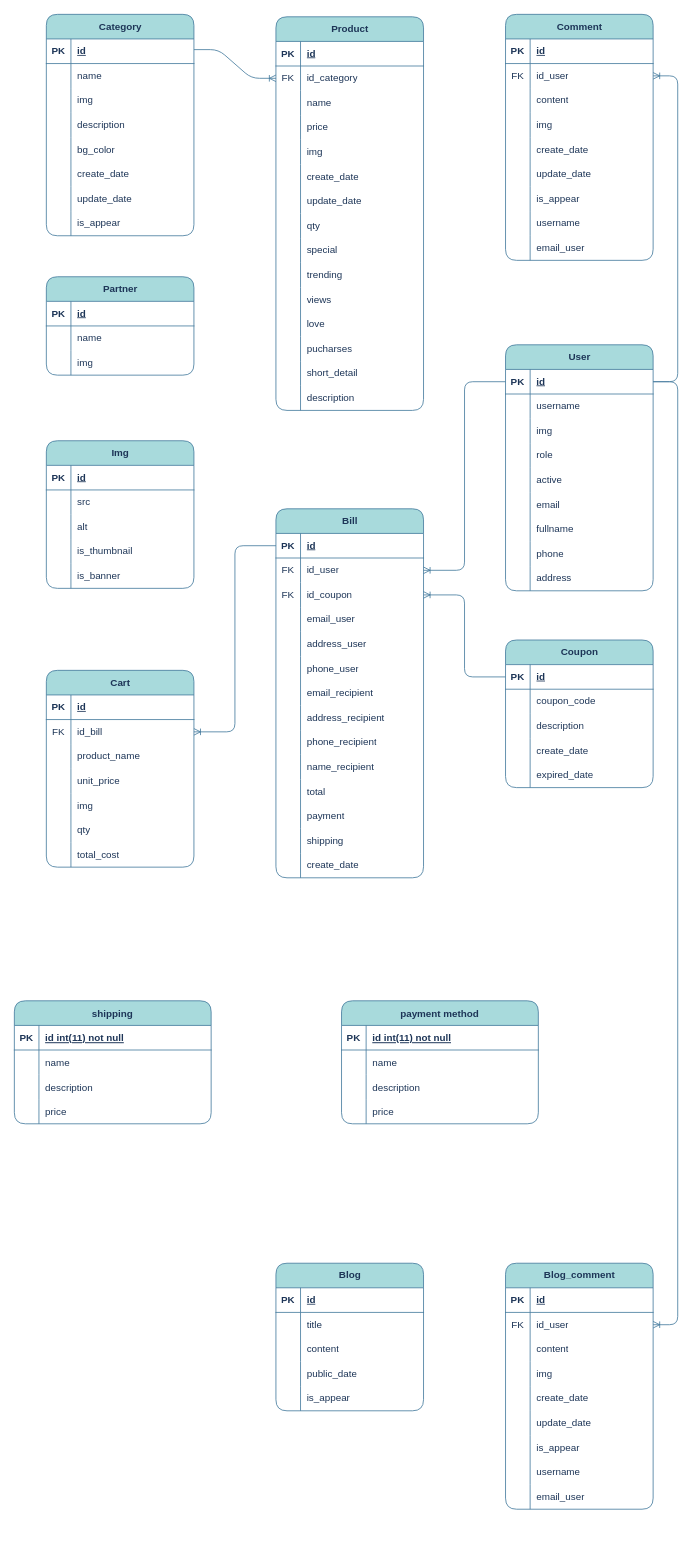
Above: page "ERD_Level-2" (1 of 3) of .vscode/LEGOUS_DIAGRAM.drawio in thanh8724/Legous (draw.io), before the change. Source tidied: cells renumbered, new cells numbered last; positions are measured from the earlier drawing's top-left corner, leaving out a move shared by most shapes. Both pictures are drawn from the tidied source at 82%, with x=0, y=0 at pixel (14, 14).
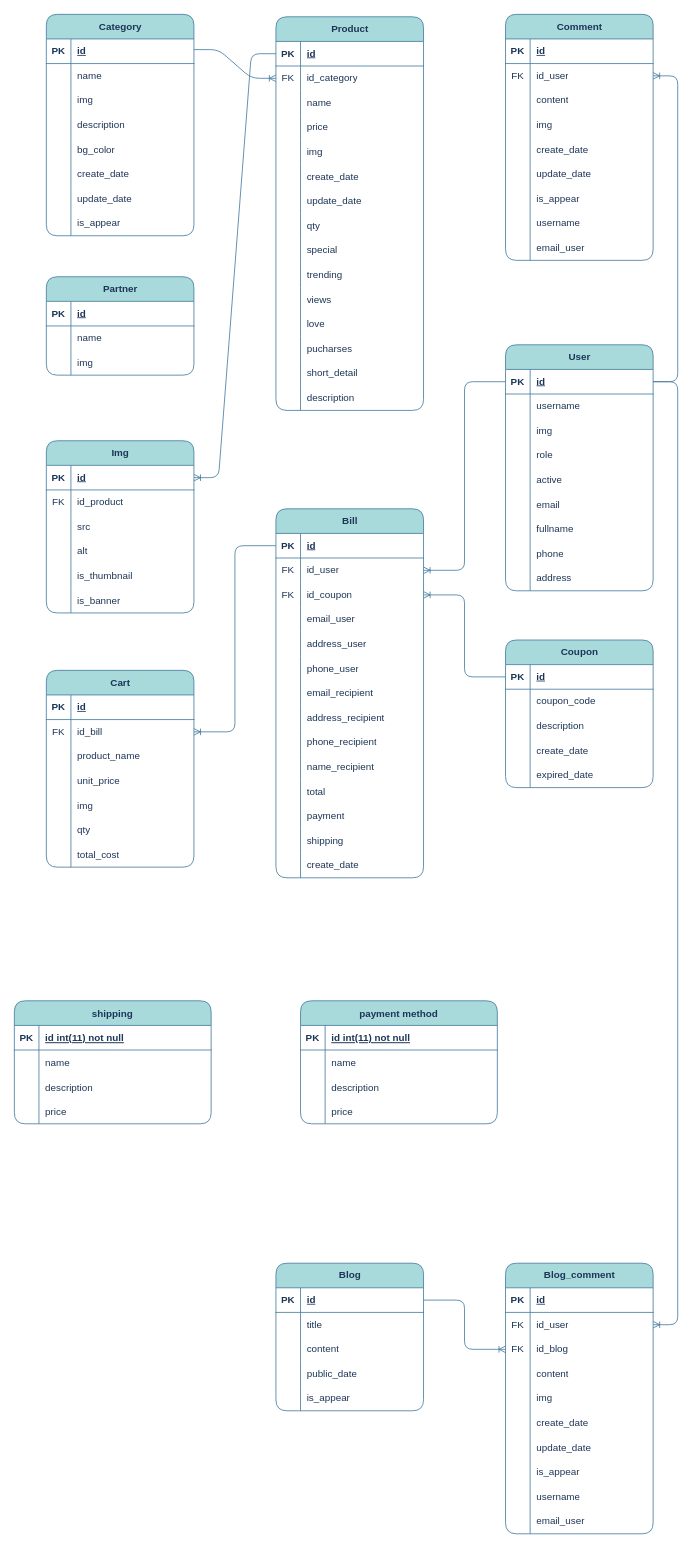
Above is the later version.

Unchanged cells that the change refers to:
```xml
<mxCell id="3" style="shape=tableRow;horizontal=0;startSize=0;swimlaneHead=0;swimlaneBody=0;fillColor=none;points=[[0,0.5],[1,0.5]];portConstraint=eastwest;top=0;left=0;right=0;bottom=1;labelBackgroundColor=none;strokeColor=#457B9D;fontColor=#1D3557;rounded=1;" parent="2" vertex="1">
  <mxGeometry y="30" width="180" height="30" as="geometry" />
</mxCell>
<mxCell id="84" style="shape=tableRow;horizontal=0;startSize=0;swimlaneHead=0;swimlaneBody=0;fillColor=none;points=[[0,0.5],[1,0.5]];portConstraint=eastwest;top=0;left=0;right=0;bottom=1;labelBackgroundColor=none;strokeColor=#457B9D;fontColor=#1D3557;rounded=1;" parent="83" vertex="1">
  <mxGeometry y="30" width="180" height="30" as="geometry" />
</mxCell>
<mxCell id="237" style="shape=tableRow;horizontal=0;startSize=0;swimlaneHead=0;swimlaneBody=0;fillColor=none;points=[[0,0.5],[1,0.5]];portConstraint=eastwest;top=0;left=0;right=0;bottom=1;labelBackgroundColor=none;strokeColor=#457B9D;fontColor=#1D3557;rounded=1;" parent="236" vertex="1">
  <mxGeometry y="30" width="180" height="30" as="geometry" />
</mxCell>
```

Diff of the diagram source:
```diff
@@
     <mxCell id="83" value="Img" style="shape=table;startSize=30;childLayout=tableLayout;rowLines=0;fontStyle=1;align=center;html=1;labelBackgroundColor=none;fillColor=#A8DADC;strokeColor=#457B9D;fontColor=#1D3557;rounded=1;" parent="1" vertex="1">
-      <mxGeometry x="39" y="520" width="180" height="180" as="geometry" />
+      <mxGeometry x="39" y="520" width="180" height="210" as="geometry" />
     </mxCell>
@@
+    <mxCell id="316" style="shape=tableRow;horizontal=0;startSize=0;swimlaneHead=0;swimlaneBody=0;fillColor=none;top=0;left=0;right=0;bottom=0;rounded=1;strokeColor=#457B9D;fontColor=#1D3557;" parent="83" vertex="1">
+      <mxGeometry y="60" width="180" height="30" as="geometry" />
+    </mxCell>
+    <mxCell id="317" value="FK" style="shape=partialRectangle;fillColor=none;top=0;left=0;bottom=0;right=0;fontStyle=0;overflow=hidden;whiteSpace=wrap;html=1;rounded=1;strokeColor=#457B9D;fontColor=#1D3557;" parent="316" vertex="1">
+      <mxGeometry width="30" height="30" as="geometry" />
+    </mxCell>
+    <mxCell id="318" value="id_product" style="shape=partialRectangle;fillColor=none;top=0;left=0;bottom=0;right=0;align=left;spacingLeft=6;fontStyle=0;overflow=hidden;whiteSpace=wrap;html=1;rounded=1;strokeColor=#457B9D;fontColor=#1D3557;" parent="316" vertex="1">
+      <mxGeometry x="30" width="150" height="30" as="geometry" />
+    </mxCell>
     <mxCell id="87" style="shape=tableRow;horizontal=0;startSize=0;swimlaneHead=0;swimlaneBody=0;fillColor=none;top=0;left=0;right=0;bottom=0;labelBackgroundColor=none;strokeColor=#457B9D;fontColor=#1D3557;rounded=1;" parent="83" vertex="1">
-      <mxGeometry y="60" width="180" height="30" as="geometry" />
+      <mxGeometry y="90" width="180" height="30" as="geometry" />
     </mxCell>
@@
     <mxCell id="90" style="shape=tableRow;horizontal=0;startSize=0;swimlaneHead=0;swimlaneBody=0;fillColor=none;top=0;left=0;right=0;bottom=0;labelBackgroundColor=none;strokeColor=#457B9D;fontColor=#1D3557;rounded=1;" parent="83" vertex="1">
-      <mxGeometry y="90" width="180" height="30" as="geometry" />
+      <mxGeometry y="120" width="180" height="30" as="geometry" />
     </mxCell>
@@
     <mxCell id="93" style="shape=tableRow;horizontal=0;startSize=0;swimlaneHead=0;swimlaneBody=0;fillColor=none;top=0;left=0;right=0;bottom=0;labelBackgroundColor=none;strokeColor=#457B9D;fontColor=#1D3557;rounded=1;" parent="83" vertex="1">
-      <mxGeometry y="120" width="180" height="30" as="geometry" />
+      <mxGeometry y="150" width="180" height="30" as="geometry" />
     </mxCell>
@@
     <mxCell id="96" style="shape=tableRow;horizontal=0;startSize=0;swimlaneHead=0;swimlaneBody=0;fillColor=none;top=0;left=0;right=0;bottom=0;labelBackgroundColor=none;strokeColor=#457B9D;fontColor=#1D3557;rounded=1;" parent="83" vertex="1">
-      <mxGeometry y="150" width="180" height="30" as="geometry" />
+      <mxGeometry y="180" width="180" height="30" as="geometry" />
     </mxCell>
@@
     <mxCell id="252" value="Blog_comment" style="shape=table;startSize=30;childLayout=tableLayout;rowLines=0;fontStyle=1;align=center;html=1;labelBackgroundColor=none;fillColor=#A8DADC;strokeColor=#457B9D;fontColor=#1D3557;rounded=1;" parent="1" vertex="1">
-      <mxGeometry x="599" y="1523" width="180" height="300" as="geometry" />
+      <mxGeometry x="599" y="1523" width="180" height="330" as="geometry" />
     </mxCell>
@@
+    <mxCell id="319" style="shape=tableRow;horizontal=0;startSize=0;swimlaneHead=0;swimlaneBody=0;fillColor=none;points=[[0,0.5],[1,0.5]];portConstraint=eastwest;top=0;left=0;right=0;bottom=0;labelBackgroundColor=none;strokeColor=#457B9D;fontColor=#1D3557;rounded=1;" parent="252" vertex="1">
+      <mxGeometry y="90" width="180" height="30" as="geometry" />
+    </mxCell>
+    <mxCell id="320" value="FK" style="shape=partialRectangle;fillColor=none;top=0;left=0;bottom=0;right=0;fontStyle=0;overflow=hidden;whiteSpace=wrap;html=1;labelBackgroundColor=none;strokeColor=#457B9D;fontColor=#1D3557;rounded=1;" parent="319" vertex="1">
+      <mxGeometry width="30" height="30" as="geometry" />
+    </mxCell>
+    <mxCell id="321" value="id_blog" style="shape=partialRectangle;fillColor=none;top=0;left=0;bottom=0;right=0;align=left;spacingLeft=6;fontStyle=0;overflow=hidden;whiteSpace=wrap;html=1;labelBackgroundColor=none;strokeColor=#457B9D;fontColor=#1D3557;rounded=1;" parent="319" vertex="1">
+      <mxGeometry x="30" width="150" height="30" as="geometry" />
+    </mxCell>
     <mxCell id="259" style="shape=tableRow;horizontal=0;startSize=0;swimlaneHead=0;swimlaneBody=0;fillColor=none;top=0;left=0;right=0;bottom=0;labelBackgroundColor=none;strokeColor=#457B9D;fontColor=#1D3557;rounded=1;" parent="252" vertex="1">
-      <mxGeometry y="90" width="180" height="30" as="geometry" />
+      <mxGeometry y="120" width="180" height="30" as="geometry" />
     </mxCell>
@@
     <mxCell id="262" style="shape=tableRow;horizontal=0;startSize=0;swimlaneHead=0;swimlaneBody=0;fillColor=none;top=0;left=0;right=0;bottom=0;labelBackgroundColor=none;strokeColor=#457B9D;fontColor=#1D3557;rounded=1;" parent="252" vertex="1">
-      <mxGeometry y="120" width="180" height="30" as="geometry" />
+      <mxGeometry y="150" width="180" height="30" as="geometry" />
     </mxCell>
@@
     <mxCell id="265" style="shape=tableRow;horizontal=0;startSize=0;swimlaneHead=0;swimlaneBody=0;fillColor=none;top=0;left=0;right=0;bottom=0;labelBackgroundColor=none;strokeColor=#457B9D;fontColor=#1D3557;rounded=1;" parent="252" vertex="1">
-      <mxGeometry y="150" width="180" height="30" as="geometry" />
+      <mxGeometry y="180" width="180" height="30" as="geometry" />
     </mxCell>
@@
     <mxCell id="268" style="shape=tableRow;horizontal=0;startSize=0;swimlaneHead=0;swimlaneBody=0;fillColor=none;top=0;left=0;right=0;bottom=0;labelBackgroundColor=none;strokeColor=#457B9D;fontColor=#1D3557;rounded=1;" parent="252" vertex="1">
-      <mxGeometry y="180" width="180" height="30" as="geometry" />
+      <mxGeometry y="210" width="180" height="30" as="geometry" />
     </mxCell>
@@
     <mxCell id="271" style="shape=tableRow;horizontal=0;startSize=0;swimlaneHead=0;swimlaneBody=0;fillColor=none;top=0;left=0;right=0;bottom=0;labelBackgroundColor=none;strokeColor=#457B9D;fontColor=#1D3557;rounded=1;" parent="252" vertex="1">
-      <mxGeometry y="210" width="180" height="30" as="geometry" />
+      <mxGeometry y="240" width="180" height="30" as="geometry" />
     </mxCell>
@@
     <mxCell id="274" style="shape=tableRow;horizontal=0;startSize=0;swimlaneHead=0;swimlaneBody=0;fillColor=none;top=0;left=0;right=0;bottom=0;labelBackgroundColor=none;strokeColor=#457B9D;fontColor=#1D3557;rounded=1;" parent="252" vertex="1">
-      <mxGeometry y="240" width="180" height="30" as="geometry" />
+      <mxGeometry y="270" width="180" height="30" as="geometry" />
     </mxCell>
@@
     <mxCell id="277" style="shape=tableRow;horizontal=0;startSize=0;swimlaneHead=0;swimlaneBody=0;fillColor=none;top=0;left=0;right=0;bottom=0;labelBackgroundColor=none;strokeColor=#457B9D;fontColor=#1D3557;rounded=1;" parent="252" vertex="1">
-      <mxGeometry y="270" width="180" height="30" as="geometry" />
+      <mxGeometry y="300" width="180" height="30" as="geometry" />
     </mxCell>
@@
     <mxCell id="299" value="payment method" style="shape=table;startSize=30;childLayout=tableLayout;rowLines=0;fontStyle=1;align=center;labelBackgroundColor=none;fillColor=#A8DADC;strokeColor=#457B9D;fontColor=#1D3557;rounded=1;" parent="1" vertex="1">
-      <mxGeometry x="399" y="1203" width="240" height="150" as="geometry" />
+      <mxGeometry x="349" y="1203" width="240" height="150" as="geometry" />
     </mxCell>
@@
+    <mxCell id="322" style="edgeStyle=entityRelationEdgeStyle;fontSize=12;html=1;endArrow=ERoneToMany;rounded=1;entryX=1;entryY=0.5;entryDx=0;entryDy=0;labelBackgroundColor=none;strokeColor=#457B9D;fontColor=default;exitX=0;exitY=0.5;exitDx=0;exitDy=0;" parent="1" edge="1" source="3" target="84">
+      <mxGeometry relative="1" as="geometry">
+        <Array as="points">
+          <mxPoint x="289" y="53" />
+        </Array>
+      </mxGeometry>
+    </mxCell>
@@
+    <mxCell id="323" style="fontSize=12;html=1;endArrow=ERoneToMany;rounded=1;edgeStyle=orthogonalEdgeStyle;exitX=1;exitY=0.5;exitDx=0;exitDy=0;labelBackgroundColor=none;strokeColor=#457B9D;fontColor=default;" parent="1" edge="1" source="237" target="319">
+      <mxGeometry relative="1" as="geometry" />
+    </mxCell>
```
